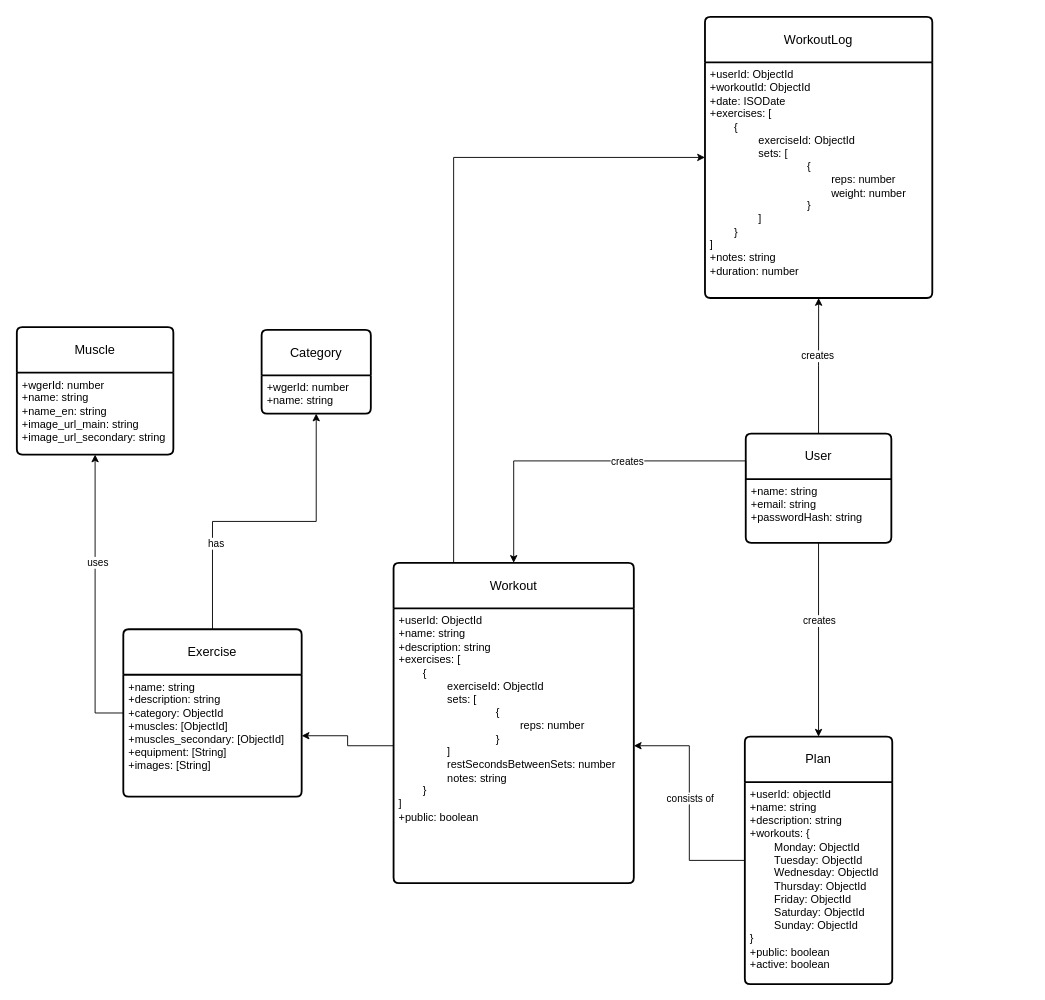
Above: WorkoutTracker.drawio in GitteV-2159432/BackendProjectAssignment (draw.io), before the change. Source tidied: cells renumbered, new cells numbered last; positions are measured from the earlier drawing's top-left corner, leaving out a move shared by most shapes. Both pictures are drawn from the tidied source at 91%, with x=0, y=0 at pixel (16, 16).
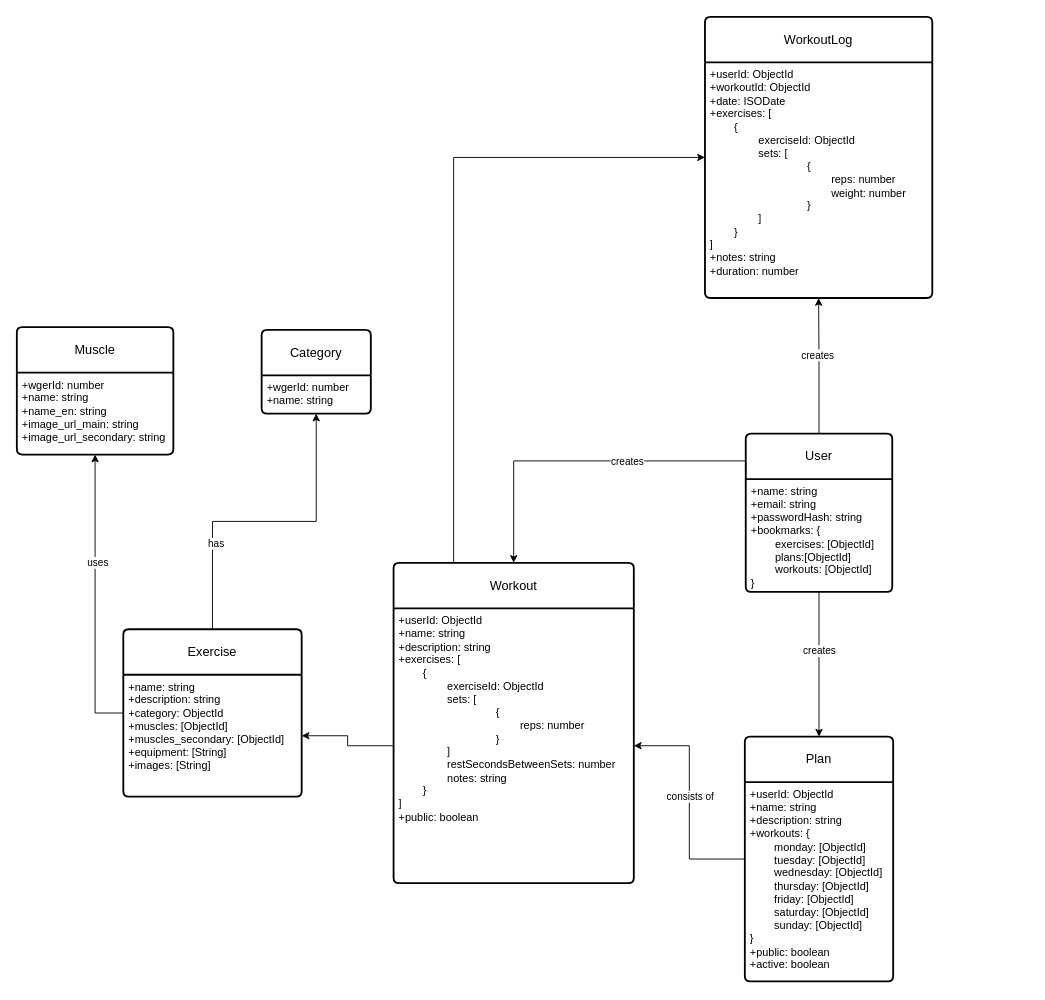
After the change.

What changed in the source:
```diff
@@
     <mxCell id="4" value="User" style="swimlane;horizontal=1;startSize=50;rounded=1;fontSize=14;fontStyle=0;strokeWidth=2;shadow=0;dashed=0;align=center;arcSize=4;whiteSpace=wrap;html=1;" parent="1" vertex="1">
-      <mxGeometry x="801" y="458" width="160" height="120" as="geometry" />
+      <mxGeometry x="801" y="458" width="161" height="174" as="geometry" />
     </mxCell>
-    <mxCell id="5" value="+name: string&lt;div&gt;+email: string&lt;br&gt;+passwordHash: string&lt;/div&gt;" style="align=left;strokeColor=none;fillColor=none;spacingLeft=4;fontSize=12;verticalAlign=top;html=1;" parent="4" vertex="1">
-      <mxGeometry y="50" width="160" height="70" as="geometry" />
+    <mxCell id="5" value="+name: string&lt;div&gt;+email: string&lt;br&gt;+passwordHash: string&lt;/div&gt;&lt;div&gt;+bookmarks: {&lt;/div&gt;&lt;div&gt;&lt;span style=&quot;white-space: pre;&quot;&gt;&#9;&lt;/span&gt;exercises: [ObjectId]&lt;br&gt;&lt;/div&gt;&lt;div&gt;&lt;span style=&quot;white-space: pre;&quot;&gt;&#9;&lt;/span&gt;plans:[ObjectId]&lt;br&gt;&lt;/div&gt;&lt;div&gt;&lt;span style=&quot;white-space: pre;&quot;&gt;&#9;&lt;/span&gt;workouts: [ObjectId]&lt;br&gt;&lt;/div&gt;&lt;div&gt;}&lt;/div&gt;" style="align=left;strokeColor=none;fillColor=none;spacingLeft=4;fontSize=12;verticalAlign=top;html=1;" parent="4" vertex="1">
+      <mxGeometry y="50" width="161" height="124" as="geometry" />
     </mxCell>
@@
     <mxCell id="8" value="Plan" style="swimlane;horizontal=1;startSize=50;rounded=1;fontSize=14;fontStyle=0;strokeWidth=2;shadow=0;dashed=0;align=center;arcSize=4;whiteSpace=wrap;html=1;" parent="1" vertex="1">
-      <mxGeometry x="800" y="791" width="162" height="272" as="geometry" />
+      <mxGeometry x="800" y="791" width="163" height="269" as="geometry" />
     </mxCell>
-    <mxCell id="9" value="+userId: objectId&lt;br&gt;+name: string&amp;nbsp;&lt;div&gt;+description: string&lt;br&gt;&lt;div&gt;+workouts: {&lt;/div&gt;&lt;div&gt;&lt;span style=&quot;white-space: pre;&quot;&gt;&#9;&lt;/span&gt;Monday: ObjectId&lt;br&gt;&lt;/div&gt;&lt;div&gt;&lt;span style=&quot;white-space: pre;&quot;&gt;&#9;&lt;/span&gt;Tuesday: ObjectId&lt;br&gt;&lt;/div&gt;&lt;div&gt;&lt;span style=&quot;white-space: pre;&quot;&gt;&#9;&lt;/span&gt;Wednesday: ObjectId&lt;br&gt;&lt;/div&gt;&lt;div&gt;&lt;span style=&quot;white-space: pre;&quot;&gt;&#9;&lt;/span&gt;Thursday: ObjectId&lt;br&gt;&lt;/div&gt;&lt;div&gt;&lt;span style=&quot;white-space: pre;&quot;&gt;&#9;&lt;/span&gt;Friday: ObjectId&lt;br&gt;&lt;/div&gt;&lt;div&gt;&lt;span style=&quot;white-space: pre;&quot;&gt;&#9;&lt;/span&gt;Saturday: ObjectId&lt;br&gt;&lt;/div&gt;&lt;div&gt;&lt;span style=&quot;white-space: pre;&quot;&gt;&#9;&lt;/span&gt;Sunday: ObjectId&lt;br&gt;&lt;/div&gt;&lt;div&gt;}&lt;/div&gt;&lt;div&gt;+public: boolean&lt;/div&gt;&lt;/div&gt;&lt;div&gt;+active: boolean&lt;/div&gt;" style="align=left;strokeColor=none;fillColor=none;spacingLeft=4;fontSize=12;verticalAlign=top;html=1;" parent="8" vertex="1">
-      <mxGeometry y="50" width="162" height="222" as="geometry" />
+    <mxCell id="9" value="+userId: ObjectId&lt;br&gt;+name: string&amp;nbsp;&lt;div&gt;+description: string&lt;br&gt;&lt;div&gt;+workouts: {&lt;/div&gt;&lt;div&gt;&lt;span style=&quot;white-space: pre;&quot;&gt;&#9;&lt;/span&gt;monday: [ObjectId]&lt;br&gt;&lt;/div&gt;&lt;div&gt;&lt;span style=&quot;white-space: pre;&quot;&gt;&#9;&lt;/span&gt;tuesday: [ObjectId]&lt;br&gt;&lt;/div&gt;&lt;div&gt;&lt;span style=&quot;white-space: pre;&quot;&gt;&#9;&lt;/span&gt;wednesday: [ObjectId]&lt;br&gt;&lt;/div&gt;&lt;div&gt;&lt;span style=&quot;white-space: pre;&quot;&gt;&#9;&lt;/span&gt;thursday: [ObjectId]&lt;br&gt;&lt;/div&gt;&lt;div&gt;&lt;span style=&quot;white-space: pre;&quot;&gt;&#9;&lt;/span&gt;friday: [ObjectId]&lt;br&gt;&lt;/div&gt;&lt;div&gt;&lt;span style=&quot;white-space: pre;&quot;&gt;&#9;&lt;/span&gt;saturday: [ObjectId]&lt;br&gt;&lt;/div&gt;&lt;div&gt;&lt;span style=&quot;white-space: pre;&quot;&gt;&#9;&lt;/span&gt;sunday: [ObjectId]&lt;br&gt;&lt;/div&gt;&lt;div&gt;}&lt;/div&gt;&lt;div&gt;+public: boolean&lt;/div&gt;&lt;/div&gt;&lt;div&gt;+active: boolean&lt;/div&gt;" style="align=left;strokeColor=none;fillColor=none;spacingLeft=4;fontSize=12;verticalAlign=top;html=1;" parent="8" vertex="1">
+      <mxGeometry y="50" width="163" height="219" as="geometry" />
     </mxCell>
```
